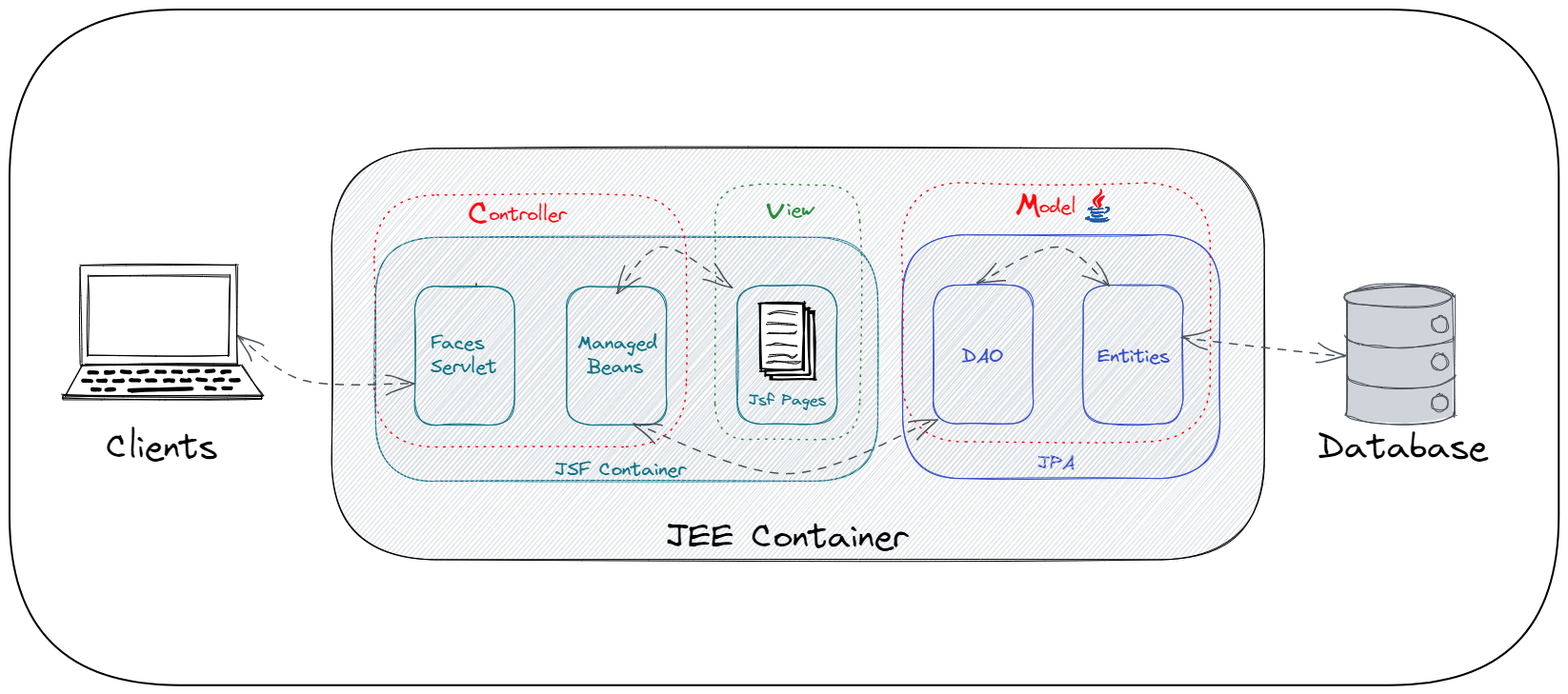
Before: MVC.excalidraw.png, a diagram exported from Excalidraw (malouu/Diag_JEE). Source tidied: one line per element, renumbered; positions are measured from the earlier drawing's top-left corner, leaving out a move shared by most shapes.
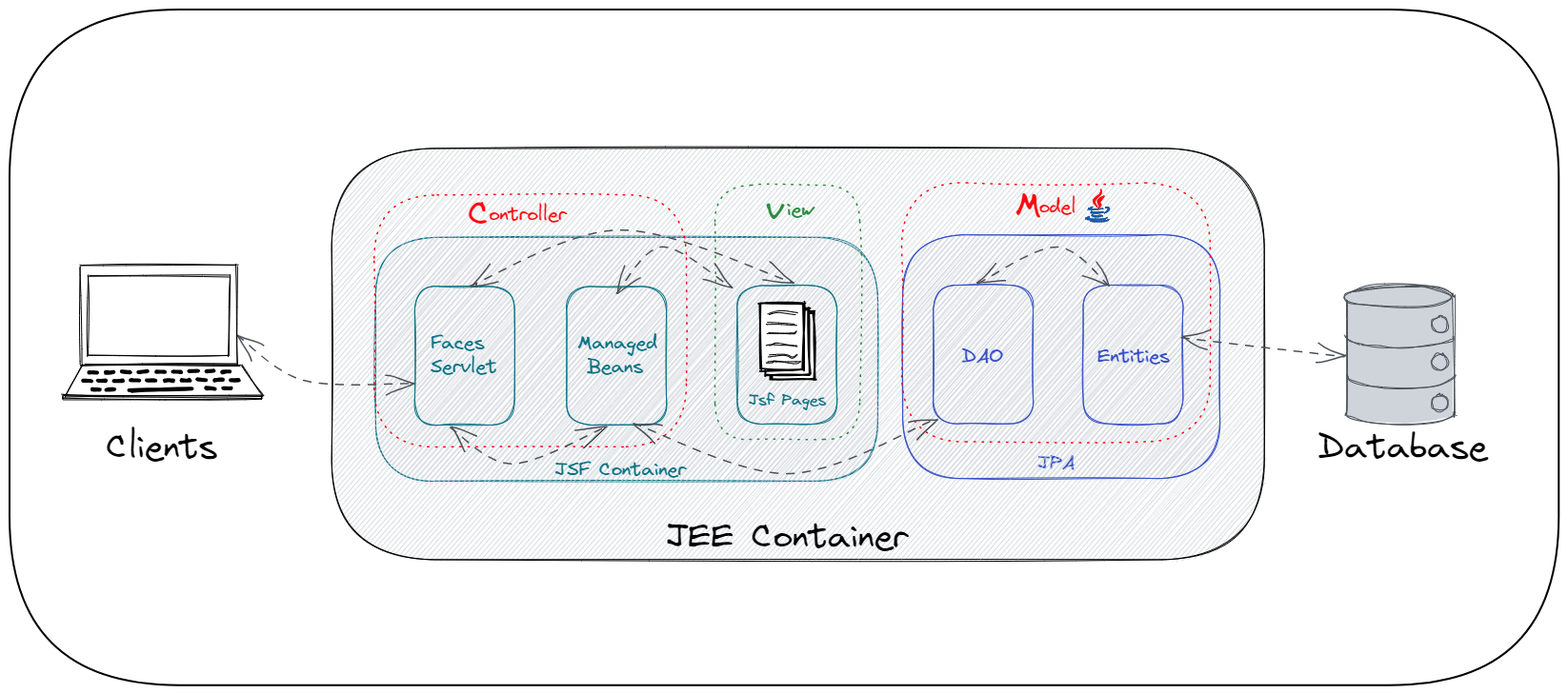
Above is the later version.

What changed in the source:
```diff
@@ -84,3 +84,5 @@
 {"id": 83, "type": "line", "strokeColor": "#000000", "strokeWidth": 4, "roughness": 1, "x": 224, "y": 398, "width": 8, "height": 0, "points": [[0, 0], [8, 0]]}
 {"id": 84, "type": "line", "strokeColor": "#000000", "strokeWidth": 1, "roughness": 1, "x": 58, "y": 407, "width": 209, "height": 34, "points": [[0, 0], [209, 0], [185, -33], [19, -34], [0, 0]]}
 {"id": 85, "type": "rectangle", "strokeColor": "#000000", "strokeWidth": 1, "roughness": 1, "x": 56, "y": 405, "width": 209, "height": 4}
+{"id": 86, "type": "arrow", "strokeColor": "#495057", "strokeWidth": 1, "strokeStyle": "dashed", "roughness": 1, "startArrowhead": "arrow", "endArrowhead": "arrow", "from": 4, "to": 26, "x": 483, "y": 291, "width": 340, "height": 60, "points": [[0, 0], [159, -60], [340, -3]]}
+{"id": 87, "type": "arrow", "strokeColor": "#495057", "strokeWidth": 1, "strokeStyle": "dashed", "roughness": 1, "startArrowhead": "arrow", "endArrowhead": "arrow", "from": 4, "to": 6, "x": 463, "y": 440, "width": 162, "height": 39, "points": [[0, 0], [65, 37], [162, -2]]}
```
